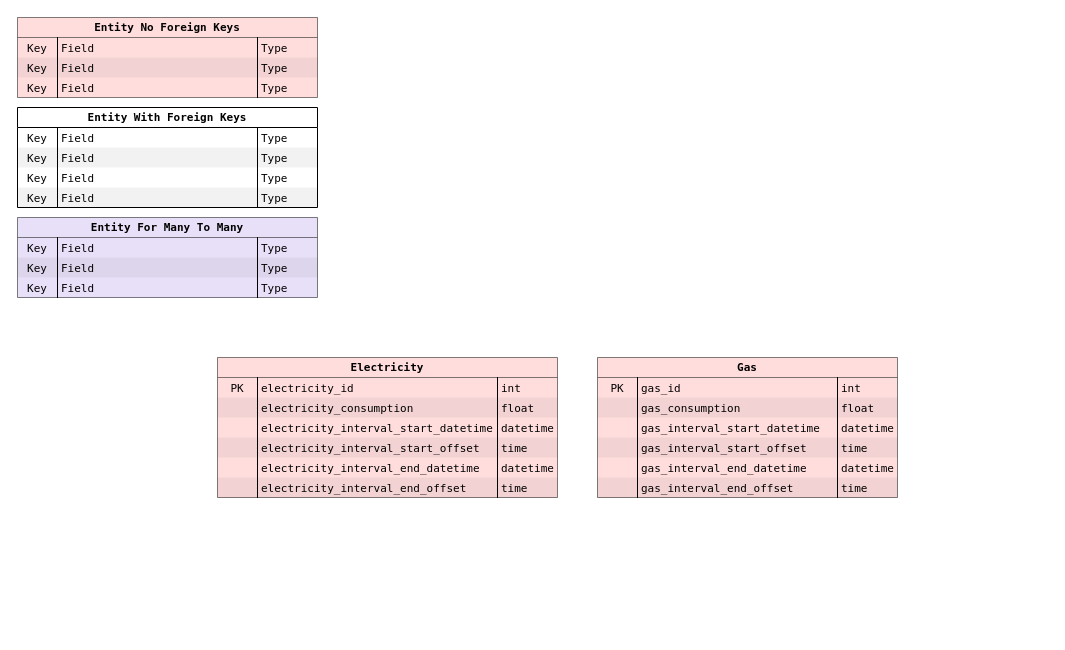
jvaque/Octo-Tweet keeps this draw.io diagram as MySQL/octo_tweet/octo_tweet.drawio. Above is the earlier version. Source tidied: cells renumbered, new cells numbered last; positions are measured from the earlier drawing's top-left corner, leaving out a move shared by most shapes. Both pictures are drawn from the tidied source at 100%, with x=0, y=0 at pixel (17, 17).
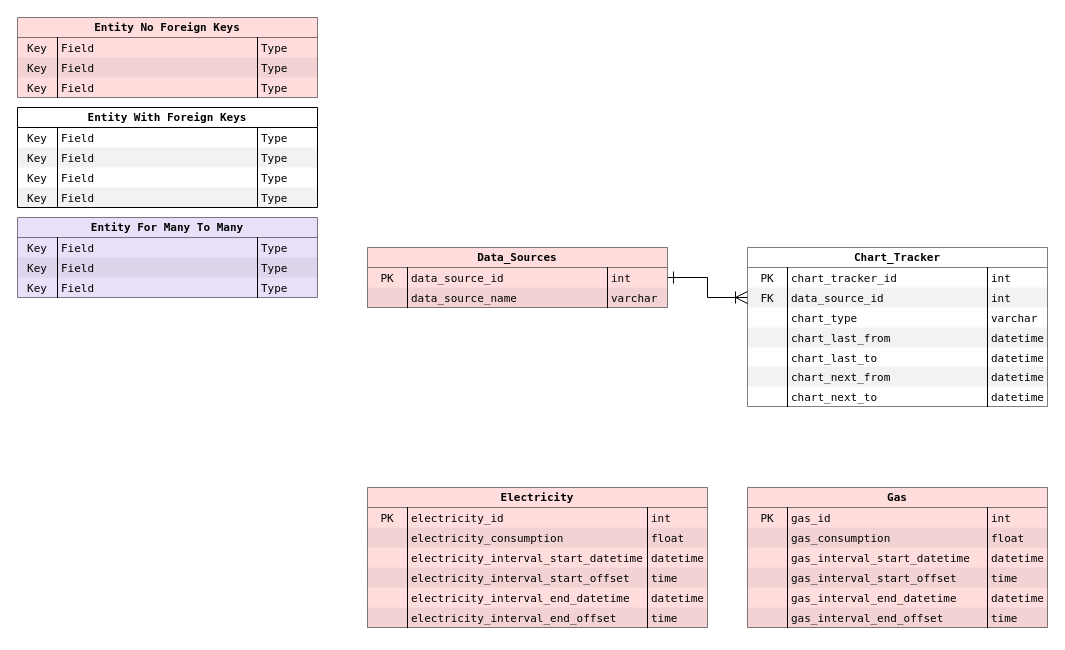
The same page after the edit.

Diff of the diagram source:
```diff
@@
     <mxCell id="35" value="Electricity" style="html=1;whiteSpace=wrap;swimlane;swimlaneFillColor=#FFBBBB;startSize=20;fontSize=11;fontColor=#000000;spacing=0;strokeOpacity=100;fontFamily=Lucida Console;fillColor=#ffbbbb;swimlaneLine=1;opacity=50;gradientColor=none;" parent="1" vertex="1">
-      <mxGeometry x="200" y="340" width="340" height="140" as="geometry" />
+      <mxGeometry x="350" y="470" width="340" height="140" as="geometry" />
     </mxCell>
@@
     <mxCell id="52" value="Gas" style="html=1;whiteSpace=wrap;swimlane;swimlaneFillColor=#FFBBBB;startSize=20;fontSize=11;fontColor=#000000;spacing=0;strokeOpacity=100;fontFamily=Lucida Console;fillColor=#ffbbbb;swimlaneLine=1;opacity=50;gradientColor=none;" parent="1" vertex="1">
-      <mxGeometry x="580" y="340" width="300" height="140" as="geometry" />
+      <mxGeometry x="730" y="470" width="300" height="140" as="geometry" />
     </mxCell>
@@
+    <mxCell id="69" value="Chart_Tracker" style="html=1;whiteSpace=wrap;swimlane;swimlaneFillColor=#FFFFFF;startSize=20;fontSize=11;fontColor=#000000;spacing=0;strokeOpacity=100;fontFamily=Lucida Console;swimlaneLine=1;opacity=50;gradientColor=none;fillColor=#FFFFFF;" parent="1" vertex="1">
+      <mxGeometry x="730" y="230" width="300" height="159" as="geometry" />
+    </mxCell>
+    <mxCell id="70" value="PK" style="strokeColor=none;align=center;verticalAlign=top;spacingLeft=4;spacingRight=4;overflow=hidden;swimlaneFillColor=#ffffff;fontSize=11;fontColor=#000000;fillColor=none;strokeOpacity=100;spacing=0;fontFamily=Lucida Console;" parent="69" vertex="1">
+      <mxGeometry y="20" width="40" height="20" as="geometry" />
+    </mxCell>
+    <mxCell id="71" value="chart_tracker_id" style="shape=partialRectangle;top=0;right=0;bottom=0;align=left;verticalAlign=top;spacingLeft=4;spacingRight=4;overflow=hidden;swimlaneFillColor=#ffffff;fontSize=11;fontColor=#000000;fillColor=none;strokeOpacity=100;spacing=0;fontFamily=Lucida Console;" parent="69" vertex="1">
+      <mxGeometry x="40" y="20" width="200" height="20" as="geometry" />
+    </mxCell>
+    <mxCell id="72" value="int" style="shape=partialRectangle;top=0;right=0;bottom=0;align=left;verticalAlign=top;spacingLeft=4;spacingRight=4;overflow=hidden;swimlaneFillColor=#ffffff;fontSize=11;fontColor=#000000;fillColor=none;strokeOpacity=100;spacing=0;fontFamily=Lucida Console;" parent="69" vertex="1">
+      <mxGeometry x="240" y="20" width="60" height="20" as="geometry" />
+    </mxCell>
+    <mxCell id="73" value="FK" style="strokeColor=none;align=center;verticalAlign=top;spacingLeft=4;spacingRight=4;overflow=hidden;points=[[0,0.5],[1,0.5]];portConstraint=eastwest;swimlaneFillColor=#ffffff;fontSize=11;fontColor=#000000;fillColor=#000000;strokeOpacity=100;spacing=0;fontFamily=Lucida Console;fillOpacity=5;" parent="69" vertex="1">
+      <mxGeometry y="40" width="40" height="20" as="geometry" />
+    </mxCell>
+    <mxCell id="74" value="data_source_id" style="shape=partialRectangle;top=0;right=0;bottom=0;align=left;verticalAlign=top;spacingLeft=4;spacingRight=4;overflow=hidden;swimlaneFillColor=#ffffff;fontSize=11;fontColor=#000000;fillColor=#000000;strokeOpacity=100;spacing=0;fontFamily=Lucida Console;fillOpacity=5;" parent="69" vertex="1">
+      <mxGeometry x="40" y="40" width="200" height="20" as="geometry" />
+    </mxCell>
+    <mxCell id="75" value="int" style="shape=partialRectangle;top=0;right=0;bottom=0;align=left;verticalAlign=top;spacingLeft=4;spacingRight=4;overflow=hidden;swimlaneFillColor=#ffffff;fontSize=11;fontColor=#000000;fillColor=#000000;strokeOpacity=100;spacing=0;fontFamily=Lucida Console;fillOpacity=5;" parent="69" vertex="1">
+      <mxGeometry x="240" y="40" width="60" height="20" as="geometry" />
+    </mxCell>
+    <mxCell id="76" value="chart_type" style="shape=partialRectangle;top=0;right=0;bottom=0;align=left;verticalAlign=top;spacingLeft=4;spacingRight=4;overflow=hidden;swimlaneFillColor=#ffffff;fontSize=11;fontColor=#000000;fillColor=none;strokeOpacity=100;spacing=0;fontFamily=Lucida Console;" parent="69" vertex="1">
+      <mxGeometry x="40" y="60" width="200" height="20" as="geometry" />
+    </mxCell>
+    <mxCell id="77" value="varchar" style="shape=partialRectangle;top=0;right=0;bottom=0;align=left;verticalAlign=top;spacingLeft=4;spacingRight=4;overflow=hidden;swimlaneFillColor=#ffffff;fontSize=11;fontColor=#000000;fillColor=none;strokeOpacity=100;spacing=0;fontFamily=Lucida Console;" parent="69" vertex="1">
+      <mxGeometry x="240" y="60" width="60" height="20" as="geometry" />
+    </mxCell>
+    <mxCell id="78" style="strokeColor=none;align=center;verticalAlign=top;spacingLeft=4;spacingRight=4;overflow=hidden;swimlaneFillColor=#ffffff;fontSize=11;fontColor=#000000;fillColor=#000000;strokeOpacity=100;spacing=0;fontFamily=Lucida Console;fillOpacity=5;" parent="69" vertex="1">
+      <mxGeometry y="80" width="40" height="20" as="geometry" />
+    </mxCell>
+    <mxCell id="79" value="chart_last_from" style="shape=partialRectangle;top=0;right=0;bottom=0;align=left;verticalAlign=top;spacingLeft=4;spacingRight=4;overflow=hidden;swimlaneFillColor=#ffffff;fontSize=11;fontColor=#000000;fillColor=#000000;strokeOpacity=100;spacing=0;fontFamily=Lucida Console;fillOpacity=5;" parent="69" vertex="1">
+      <mxGeometry x="40" y="80" width="200" height="20" as="geometry" />
+    </mxCell>
+    <mxCell id="80" value="datetime" style="shape=partialRectangle;top=0;right=0;bottom=0;align=left;verticalAlign=top;spacingLeft=4;spacingRight=4;overflow=hidden;swimlaneFillColor=#ffffff;fontSize=11;fontColor=#000000;fillColor=#000000;strokeOpacity=100;spacing=0;fontFamily=Lucida Console;fillOpacity=5;" parent="69" vertex="1">
+      <mxGeometry x="240" y="80" width="60" height="20" as="geometry" />
+    </mxCell>
+    <mxCell id="81" value="chart_last_to" style="shape=partialRectangle;top=0;right=0;bottom=0;align=left;verticalAlign=top;spacingLeft=4;spacingRight=4;overflow=hidden;swimlaneFillColor=#ffffff;fontSize=11;fontColor=#000000;fillColor=none;strokeOpacity=100;spacing=0;fontFamily=Lucida Console;" parent="69" vertex="1">
+      <mxGeometry x="40" y="100" width="200" height="20" as="geometry" />
+    </mxCell>
+    <mxCell id="82" value="datetime" style="shape=partialRectangle;top=0;right=0;bottom=0;align=left;verticalAlign=top;spacingLeft=4;spacingRight=4;overflow=hidden;swimlaneFillColor=#ffffff;fontSize=11;fontColor=#000000;fillColor=none;strokeOpacity=100;spacing=0;fontFamily=Lucida Console;" parent="69" vertex="1">
+      <mxGeometry x="240" y="100" width="60" height="20" as="geometry" />
+    </mxCell>
+    <mxCell id="83" style="strokeColor=none;align=center;verticalAlign=top;spacingLeft=4;spacingRight=4;overflow=hidden;swimlaneFillColor=#ffffff;fontSize=11;fontColor=#000000;fillColor=#000000;strokeOpacity=100;spacing=0;fontFamily=Lucida Console;fillOpacity=5;" parent="69" vertex="1">
+      <mxGeometry y="119" width="40" height="20" as="geometry" />
+    </mxCell>
+    <mxCell id="84" value="chart_next_from" style="shape=partialRectangle;top=0;right=0;bottom=0;align=left;verticalAlign=top;spacingLeft=4;spacingRight=4;overflow=hidden;swimlaneFillColor=#ffffff;fontSize=11;fontColor=#000000;fillColor=#000000;strokeOpacity=100;spacing=0;fontFamily=Lucida Console;fillOpacity=5;" parent="69" vertex="1">
+      <mxGeometry x="40" y="119" width="200" height="20" as="geometry" />
+    </mxCell>
+    <mxCell id="85" value="datetime" style="shape=partialRectangle;top=0;right=0;bottom=0;align=left;verticalAlign=top;spacingLeft=4;spacingRight=4;overflow=hidden;swimlaneFillColor=#ffffff;fontSize=11;fontColor=#000000;fillColor=#000000;strokeOpacity=100;spacing=0;fontFamily=Lucida Console;fillOpacity=5;" parent="69" vertex="1">
+      <mxGeometry x="240" y="119" width="60" height="20" as="geometry" />
+    </mxCell>
+    <mxCell id="86" value="chart_next_to" style="shape=partialRectangle;top=0;right=0;bottom=0;align=left;verticalAlign=top;spacingLeft=4;spacingRight=4;overflow=hidden;swimlaneFillColor=#ffffff;fontSize=11;fontColor=#000000;fillColor=none;strokeOpacity=100;spacing=0;fontFamily=Lucida Console;" parent="69" vertex="1">
+      <mxGeometry x="40" y="139" width="200" height="20" as="geometry" />
+    </mxCell>
+    <mxCell id="87" value="datetime" style="shape=partialRectangle;top=0;right=0;bottom=0;align=left;verticalAlign=top;spacingLeft=4;spacingRight=4;overflow=hidden;swimlaneFillColor=#ffffff;fontSize=11;fontColor=#000000;fillColor=none;strokeOpacity=100;spacing=0;fontFamily=Lucida Console;" parent="69" vertex="1">
+      <mxGeometry x="240" y="139" width="60" height="20" as="geometry" />
+    </mxCell>
+    <mxCell id="88" style="edgeStyle=orthogonalEdgeStyle;rounded=0;jettySize=auto;html=1;entryX=0;entryY=0.5;entryDx=0;entryDy=0;endSize=10;startSize=10;startArrow=ERone;startFill=0;endArrow=ERoneToMany;endFill=0;" parent="1" edge="1" source="89" target="73">
+      <mxGeometry relative="1" as="geometry" />
+    </mxCell>
+    <mxCell id="89" value="Data_Sources" style="html=1;whiteSpace=wrap;swimlane;swimlaneFillColor=#FFBBBB;startSize=20;fontSize=11;fontColor=#000000;spacing=0;strokeOpacity=100;fontFamily=Lucida Console;fillColor=#ffbbbb;swimlaneLine=1;opacity=50;gradientColor=none;" parent="1" vertex="1">
+      <mxGeometry x="350" y="230" width="300" height="60" as="geometry" />
+    </mxCell>
+    <mxCell id="90" value="PK" style="strokeColor=none;align=center;verticalAlign=top;spacingLeft=4;spacingRight=4;overflow=hidden;swimlaneFillColor=#ffffff;fontSize=11;fontColor=#000000;fillColor=none;strokeOpacity=100;spacing=0;fontFamily=Lucida Console;" parent="89" vertex="1">
+      <mxGeometry y="20" width="40" height="20" as="geometry" />
+    </mxCell>
+    <mxCell id="91" value="data_source_id" style="shape=partialRectangle;top=0;right=0;bottom=0;align=left;verticalAlign=top;spacingLeft=4;spacingRight=4;overflow=hidden;swimlaneFillColor=#ffffff;fontSize=11;fontColor=#000000;fillColor=none;strokeOpacity=100;spacing=0;fontFamily=Lucida Console;" parent="89" vertex="1">
+      <mxGeometry x="40" y="20" width="200" height="20" as="geometry" />
+    </mxCell>
+    <mxCell id="92" value="int" style="shape=partialRectangle;top=0;right=0;bottom=0;align=left;verticalAlign=top;spacingLeft=4;spacingRight=4;overflow=hidden;swimlaneFillColor=#ffffff;fontSize=11;fontColor=#000000;fillColor=none;strokeOpacity=100;spacing=0;fontFamily=Lucida Console;" parent="89" vertex="1">
+      <mxGeometry x="240" y="20" width="60" height="20" as="geometry" />
+    </mxCell>
+    <mxCell id="93" style="strokeColor=none;align=center;verticalAlign=top;spacingLeft=4;spacingRight=4;overflow=hidden;swimlaneFillColor=#ffffff;fontSize=11;fontColor=#000000;fillColor=#000000;strokeOpacity=100;spacing=0;fontFamily=Lucida Console;fillOpacity=5;" parent="89" vertex="1">
+      <mxGeometry y="40" width="40" height="20" as="geometry" />
+    </mxCell>
+    <mxCell id="94" value="data_source_name" style="shape=partialRectangle;top=0;right=0;bottom=0;align=left;verticalAlign=top;spacingLeft=4;spacingRight=4;overflow=hidden;swimlaneFillColor=#ffffff;fontSize=11;fontColor=#000000;fillColor=#000000;strokeOpacity=100;spacing=0;fontFamily=Lucida Console;fillOpacity=5;" parent="89" vertex="1">
+      <mxGeometry x="40" y="40" width="200" height="20" as="geometry" />
+    </mxCell>
+    <mxCell id="95" value="varchar" style="shape=partialRectangle;top=0;right=0;bottom=0;align=left;verticalAlign=top;spacingLeft=4;spacingRight=4;overflow=hidden;swimlaneFillColor=#ffffff;fontSize=11;fontColor=#000000;fillColor=#000000;strokeOpacity=100;spacing=0;fontFamily=Lucida Console;fillOpacity=5;" parent="89" vertex="1">
+      <mxGeometry x="240" y="40" width="60" height="20" as="geometry" />
+    </mxCell>
```
